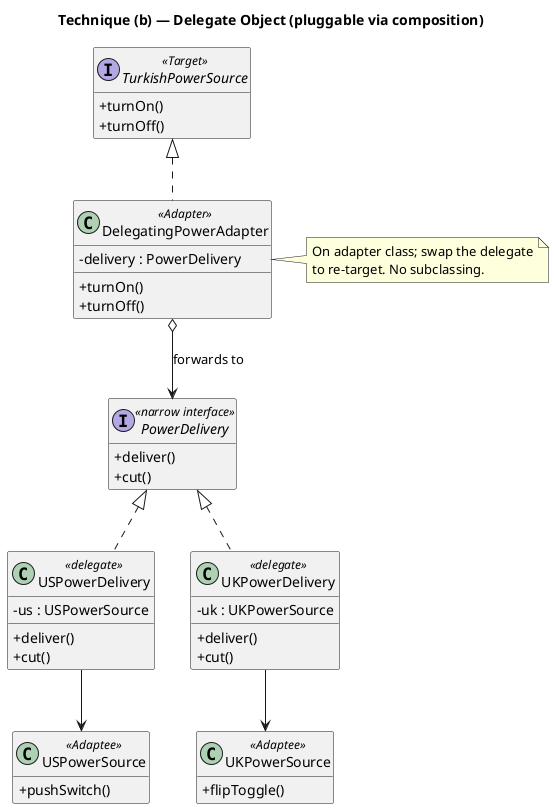
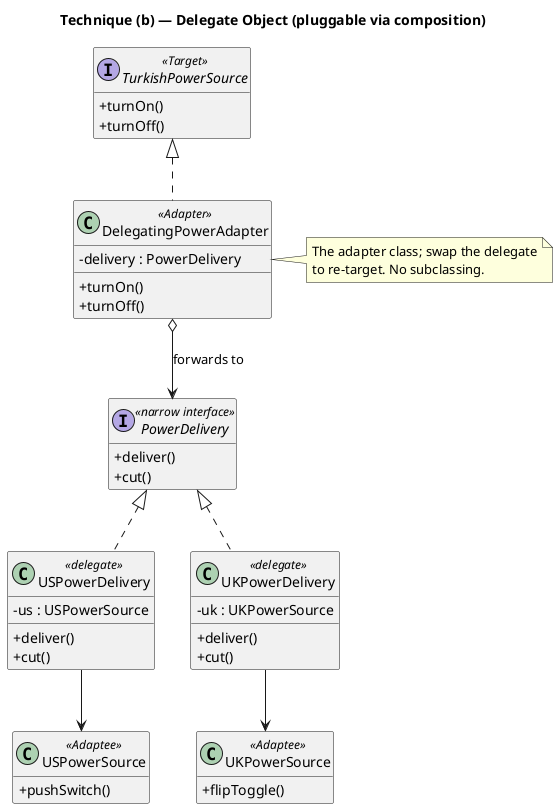
' Model: Claude Opus 4.8 (1M context)
' Created: 2026-07-04
' Pluggable technique (b) — delegate object (GoF p.143).
' Models java/dev/kaldiroglu/adapter/gof/pluggable/electricity/delegate/.

@startuml pluggable-b-delegate
title Technique (b) — Delegate Object (pluggable via composition)

skinparam classAttributeIconSize 0
skinparam shadowing false
hide empty members

interface TurkishPowerSource <<Target>> {
  +turnOn()
  +turnOff()
}

interface PowerDelivery <<narrow interface>> {
  +deliver()
  +cut()
}

class DelegatingPowerAdapter <<Adapter>> {
  -delivery : PowerDelivery
  +turnOn()
  +turnOff()
}

class USPowerDelivery <<delegate>> {
  -us : USPowerSource
  +deliver()
  +cut()
}

class UKPowerDelivery <<delegate>> {
  -uk : UKPowerSource
  +deliver()
  +cut()
}

class USPowerSource <<Adaptee>> {
  +pushSwitch()
}

class UKPowerSource <<Adaptee>> {
  +flipToggle()
}

TurkishPowerSource <|.. DelegatingPowerAdapter
DelegatingPowerAdapter o--> PowerDelivery : forwards to
PowerDelivery <|.. USPowerDelivery
PowerDelivery <|.. UKPowerDelivery
USPowerDelivery --> USPowerSource
UKPowerDelivery --> UKPowerSource

note right of DelegatingPowerAdapter
-   On adapter class; swap the delegate
+   The adapter class; swap the delegate
  to re-target. No subclassing.
end note
@enduml
